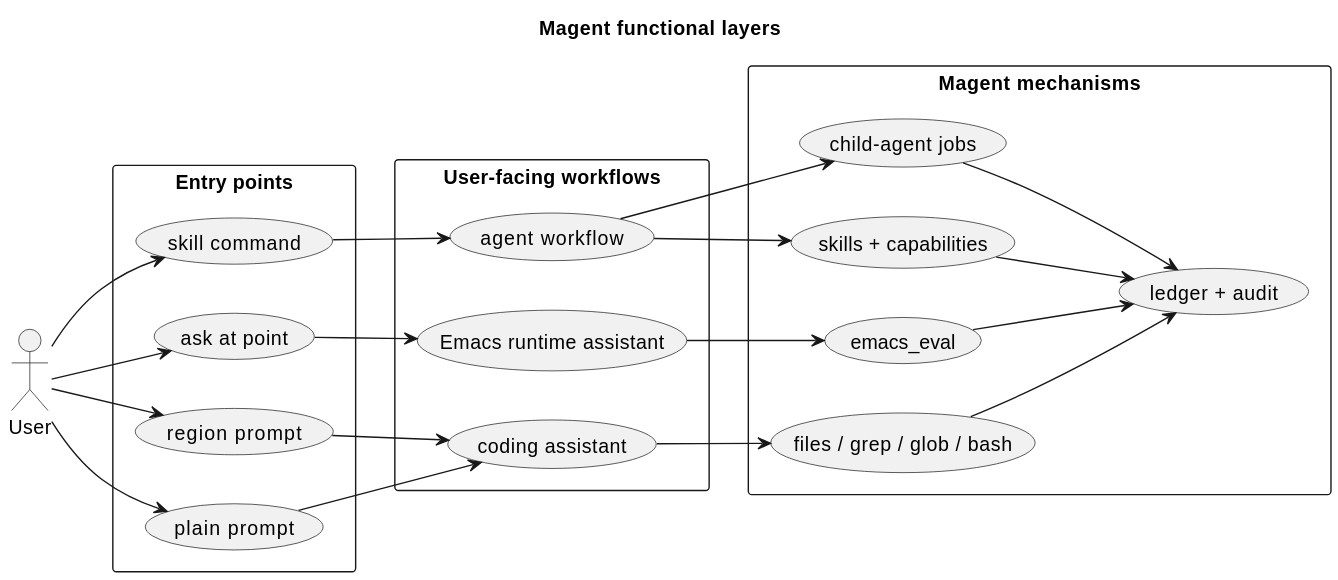
The PlantUML diagram docs/assets/img/diagrams/functional-layers.svg in Jamie-Cui/magent, before a commit.
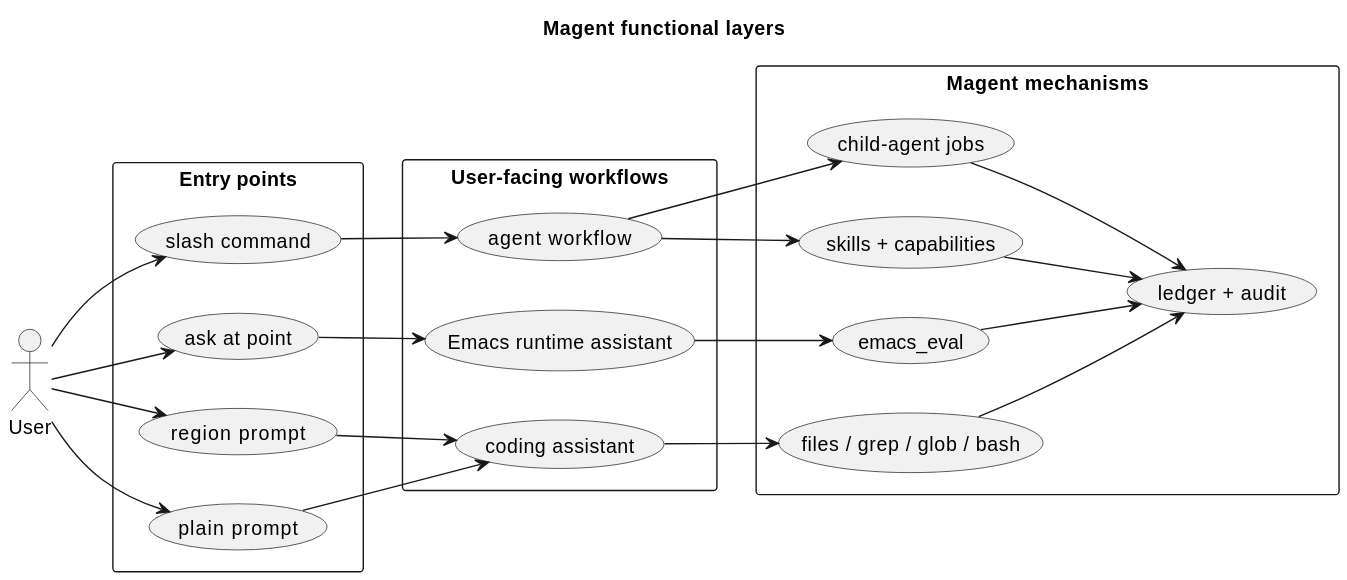
After the change.

What changed in the source:
```diff
@@ -11,7 +11,7 @@
   usecase "plain prompt" as Plain
   usecase "region prompt" as Region
   usecase "ask at point" as Point
-  usecase "skill command" as SkillCommand
+  usecase "slash command" as SkillCommand
 }
 
 rectangle "User-facing workflows" as Workflows {
```
